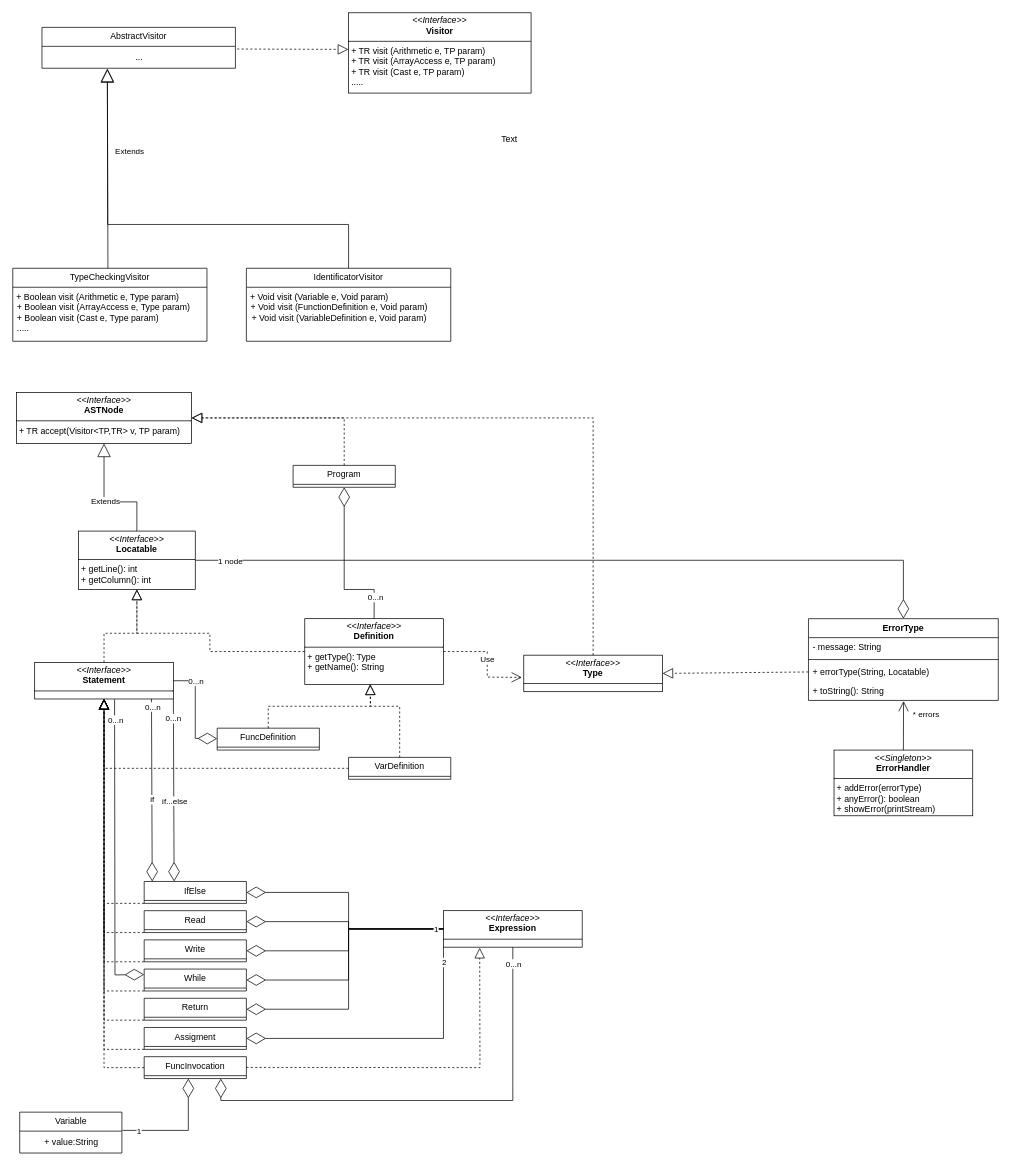
Before: uml/Statements.drawio in MGP-71/DLP_UO277574_2024-25, a draw.io diagram. Source tidied: cells renumbered, new cells numbered last; positions are measured from the earlier drawing's top-left corner, leaving out a move shared by most shapes. Both pictures are drawn from the tidied source at 73%, with x=0, y=0 at pixel (12, 12).
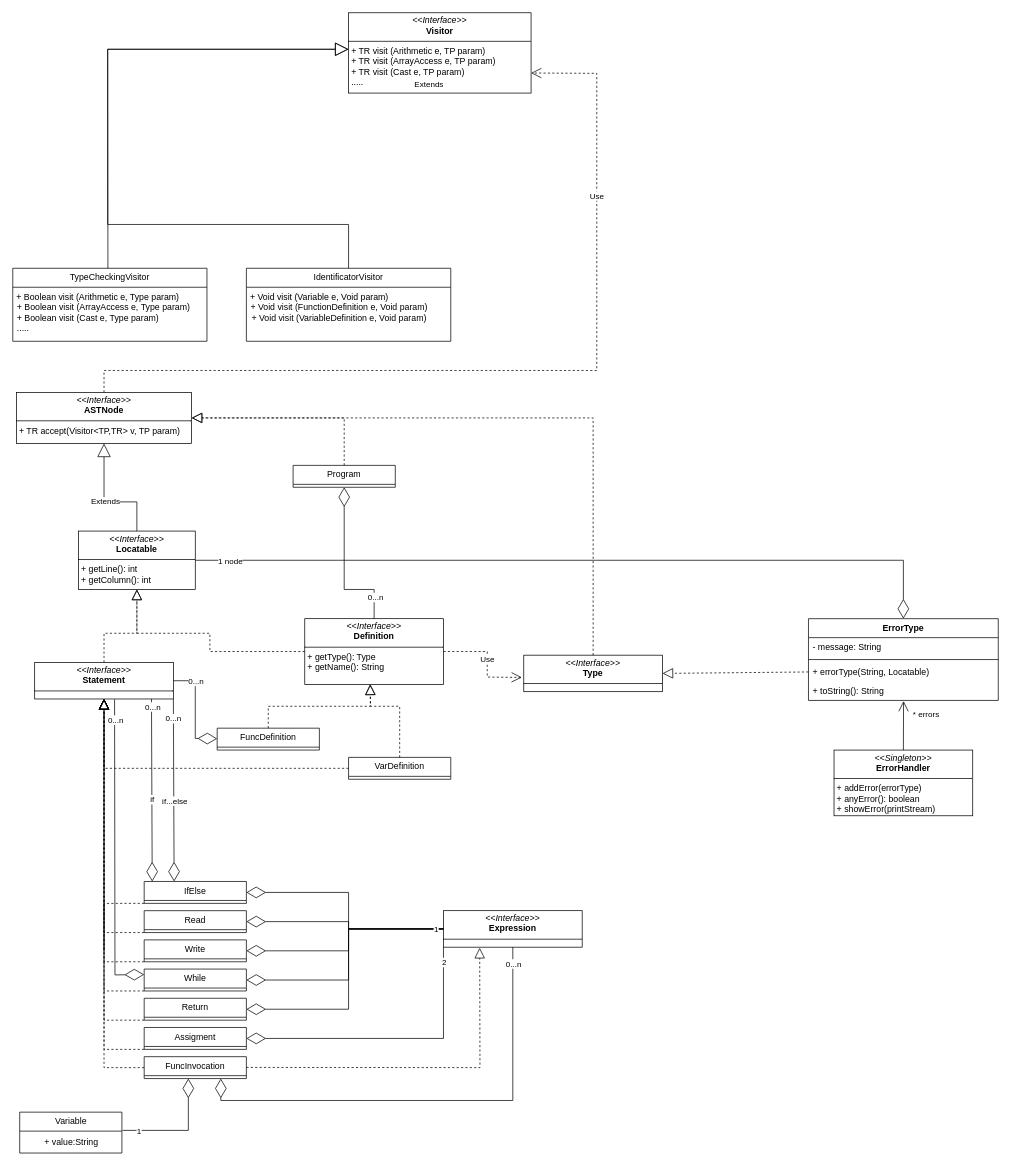
The same diagram, later.

Commit message (it also covers changes not shown here):
pre lab 9

The change refers to these unchanged cells:
```xml
<mxCell id="2" value="&lt;p style=&quot;margin:0px;margin-top:4px;text-align:center;&quot;&gt;&lt;i&gt;&amp;lt;&amp;lt;Interface&amp;gt;&amp;gt;&lt;/i&gt;&lt;br&gt;&lt;b&gt;ASTNode&lt;/b&gt;&lt;/p&gt;&lt;hr size=&quot;1&quot; style=&quot;border-style:solid;&quot;&gt;&lt;p style=&quot;margin:0px;margin-left:4px;&quot;&gt;+ TR accept(Visitor&amp;lt;TP,TR&amp;gt; v, TP param)&lt;/p&gt;" style="verticalAlign=top;align=left;overflow=fill;html=1;whiteSpace=wrap;" parent="1" vertex="1">
  <mxGeometry x="5" y="520" width="240" height="70" as="geometry" />
</mxCell>
<mxCell id="73" value="&lt;p style=&quot;margin:0px;margin-top:4px;text-align:center;&quot;&gt;&lt;i&gt;&amp;lt;&amp;lt;Interface&amp;gt;&amp;gt;&lt;/i&gt;&lt;br&gt;&lt;b&gt;Visitor&lt;/b&gt;&lt;/p&gt;&lt;hr size=&quot;1&quot; style=&quot;border-style:solid;&quot;&gt;&lt;p style=&quot;margin:0px;margin-left:4px;&quot;&gt;+ TR visit (Arithmetic e, TP param&lt;span style=&quot;background-color: transparent; color: light-dark(rgb(0, 0, 0), rgb(255, 255, 255));&quot;&gt;)&lt;/span&gt;&lt;/p&gt;&lt;p style=&quot;margin:0px;margin-left:4px;&quot;&gt;+ TR visit (ArrayAccess e, TP param&lt;span style=&quot;color: light-dark(rgb(0, 0, 0), rgb(255, 255, 255)); background-color: transparent;&quot;&gt;)&lt;/span&gt;&lt;span style=&quot;background-color: transparent; color: light-dark(rgb(0, 0, 0), rgb(255, 255, 255));&quot;&gt;&lt;/span&gt;&lt;/p&gt;&lt;p style=&quot;margin:0px;margin-left:4px;&quot;&gt;+ TR visit (Cast e, TP param&lt;span style=&quot;color: light-dark(rgb(0, 0, 0), rgb(255, 255, 255)); background-color: transparent;&quot;&gt;)&lt;/span&gt;&lt;/p&gt;&lt;p style=&quot;margin:0px;margin-left:4px;&quot;&gt;&lt;span style=&quot;color: light-dark(rgb(0, 0, 0), rgb(255, 255, 255)); background-color: transparent;&quot;&gt;.....&lt;/span&gt;&lt;/p&gt;" style="verticalAlign=top;align=left;overflow=fill;html=1;whiteSpace=wrap;" parent="1" vertex="1">
  <mxGeometry x="460" width="250" height="110" as="geometry" />
</mxCell>
<mxCell id="77" value="TypeCheckingVisitor" style="swimlane;fontStyle=0;horizontal=1;startSize=26;fillColor=none;whiteSpace=wrap;html=1;" parent="1" vertex="1">
  <mxGeometry y="350" width="266" height="100" as="geometry" />
</mxCell>
<mxCell id="80" value="IdentificatorVisitor" style="swimlane;fontStyle=0;horizontal=1;startSize=26;fillColor=none;whiteSpace=wrap;html=1;" parent="1" vertex="1">
  <mxGeometry x="320" y="350" width="280" height="100" as="geometry" />
</mxCell>
```

Change to the diagram source:
```diff
@@
-    <mxCell id="74" style="endArrow=block;dashed=1;endFill=0;endSize=12;html=1;rounded=0;exitX=1.009;exitY=0.122;exitDx=0;exitDy=0;exitPerimeter=0;entryX=-0.001;entryY=0.456;entryDx=0;entryDy=0;entryPerimeter=0;" parent="1" edge="1" source="76" target="73">
-      <mxGeometry relative="1" as="geometry" />
-    </mxCell>
-    <mxCell id="75" value="AbstractVisitor" style="swimlane;fontStyle=0;horizontal=1;startSize=26;fillColor=none;whiteSpace=wrap;html=1;" parent="1" vertex="1">
-      <mxGeometry x="40" y="20" width="265" height="56" as="geometry" />
-    </mxCell>
-    <mxCell id="76" value="..." style="text;html=1;align=center;verticalAlign=middle;points=[];strokeColor=none;fillColor=none;" parent="75" vertex="1">
-      <mxGeometry y="26" width="265" height="30" as="geometry" />
-    </mxCell>
@@
-    <mxCell id="79" value="Extends" style="endArrow=block;endSize=16;endFill=0;html=1;rounded=0;entryX=0.338;entryY=1.047;entryDx=0;entryDy=0;exitX=0.49;exitY=0.002;exitDx=0;exitDy=0;entryPerimeter=0;exitPerimeter=0;" parent="1" edge="1" source="77" target="76">
-      <mxGeometry x="0.17" y="-30" relative="1" as="geometry" />
+    <mxCell id="79" value="Extends" style="endArrow=block;endSize=16;endFill=0;html=1;rounded=0;exitX=0.49;exitY=0.002;exitDx=0;exitDy=0;exitPerimeter=0;" parent="1" edge="1" source="77">
+      <mxGeometry x="-0.2" y="-440" relative="1" as="geometry">
+        <mxPoint x="460" y="50" as="targetPoint" />
+        <Array as="points">
+          <mxPoint x="130" y="50" />
+        </Array>
+      </mxGeometry>
     </mxCell>
@@
-    <mxCell id="82" style="endArrow=block;endSize=16;endFill=0;html=1;rounded=0;entryX=0.338;entryY=1.007;entryDx=0;entryDy=0;exitX=0.5;exitY=0;exitDx=0;exitDy=0;entryPerimeter=0;" parent="1" edge="1" source="80" target="76">
+    <mxCell id="82" style="endArrow=block;endSize=16;endFill=0;html=1;rounded=0;exitX=0.5;exitY=0;exitDx=0;exitDy=0;" parent="1" edge="1" source="80">
       <mxGeometry relative="1" as="geometry">
+        <mxPoint x="460" y="50" as="targetPoint" />
         <Array as="points">
           <mxPoint x="460" y="290" />
           <mxPoint x="130" y="290" />
+          <mxPoint x="130" y="50" />
         </Array>
       </mxGeometry>
     </mxCell>
-    <mxCell id="83" value="Text" style="text;html=1;align=center;verticalAlign=middle;strokeColor=none;fillColor=none;" parent="1" vertex="1">
-      <mxGeometry x="655" y="158" width="50" height="30" as="geometry" />
-    </mxCell>
+    <mxCell id="84" value="Use" style="endArrow=open;endSize=12;dashed=1;html=1;rounded=0;exitX=0.5;exitY=0;exitDx=0;exitDy=0;entryX=1;entryY=0.75;entryDx=0;entryDy=0;" parent="1" edge="1" source="2" target="73">
+      <mxGeometry x="0.57" relative="1" as="geometry">
+        <Array as="points">
+          <mxPoint x="125" y="490" />
+          <mxPoint x="800" y="490" />
+          <mxPoint x="800" y="83" />
+        </Array>
+      </mxGeometry>
+    </mxCell>
```
